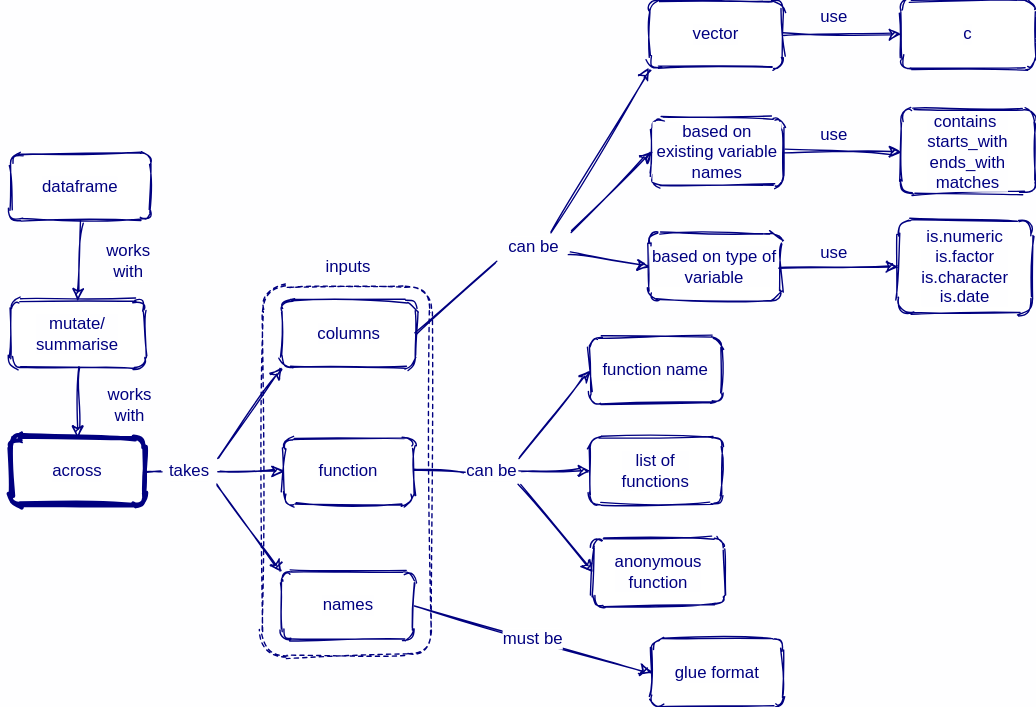
This is en/across.svg from rstudio/concept-maps, a draw.io export, as it was before one commit. Source tidied: cells renumbered, new cells last; positions are measured from the earlier drawing's top-left corner, leaving out a move shared by most shapes.
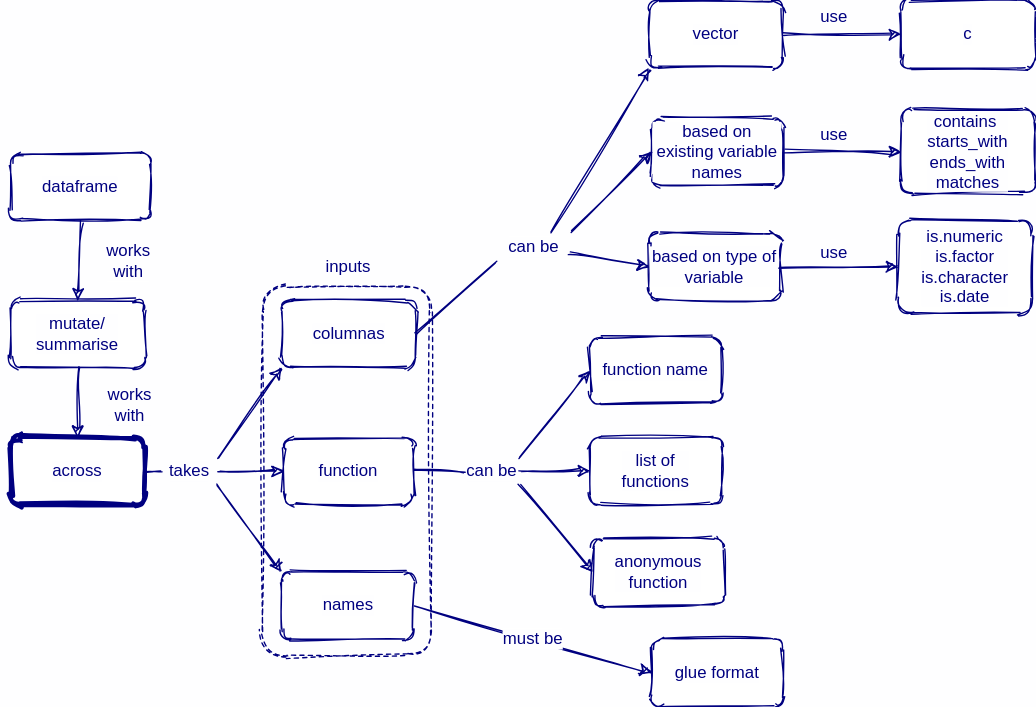
Later version of the same file.

Commit message:
Traducción al español across.svg

What changed in the source:
```diff
@@ -8,7 +8,7 @@
     <mxCell id="3" value="across" style="whiteSpace=wrap;html=1;fillStyle=solid;strokeWidth=3;strokeColor=#000080;rounded=1;sketch=1;fontSize=12;fontColor=#000080;labelBackgroundColor=#FEFEFF;" parent="1" vertex="1">
       <mxGeometry y="312" width="96" height="48" as="geometry" />
     </mxCell>
-    <mxCell id="4" value="columns" style="whiteSpace=wrap;html=1;fontSize=12;strokeColor=#000080;labelBackgroundColor=#FEFEFF;endArrow=classic;rounded=1;sketch=1;fontColor=#000080;" parent="1" vertex="1">
+    <mxCell id="4" value="columnas" style="whiteSpace=wrap;html=1;fontSize=12;strokeColor=#000080;labelBackgroundColor=#FEFEFF;endArrow=classic;rounded=1;sketch=1;fontColor=#000080;" parent="1" vertex="1">
       <mxGeometry x="193.5" y="214" width="96" height="48" as="geometry" />
     </mxCell>
     <mxCell id="5" value="function" style="whiteSpace=wrap;html=1;fontSize=12;strokeColor=#000080;labelBackgroundColor=#FEFEFF;endArrow=classic;rounded=1;sketch=1;fontColor=#000080;" parent="1" vertex="1">
```
